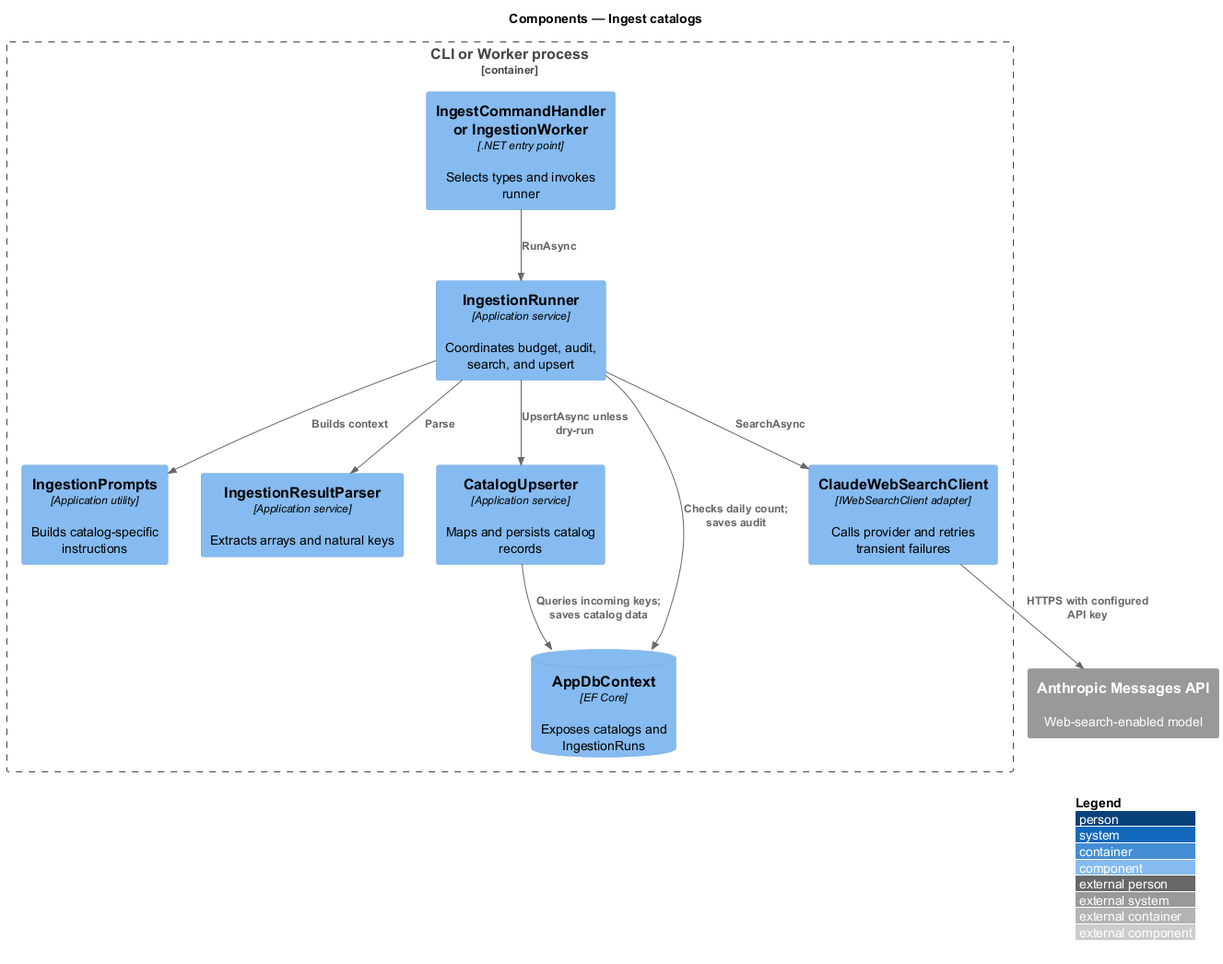
Before: docs/detailed-designs/discovery/ingest-catalogs/diagrams/c4-component.png, a diagram exported from PlantUML (QuinntyneBrown/saturdaze).
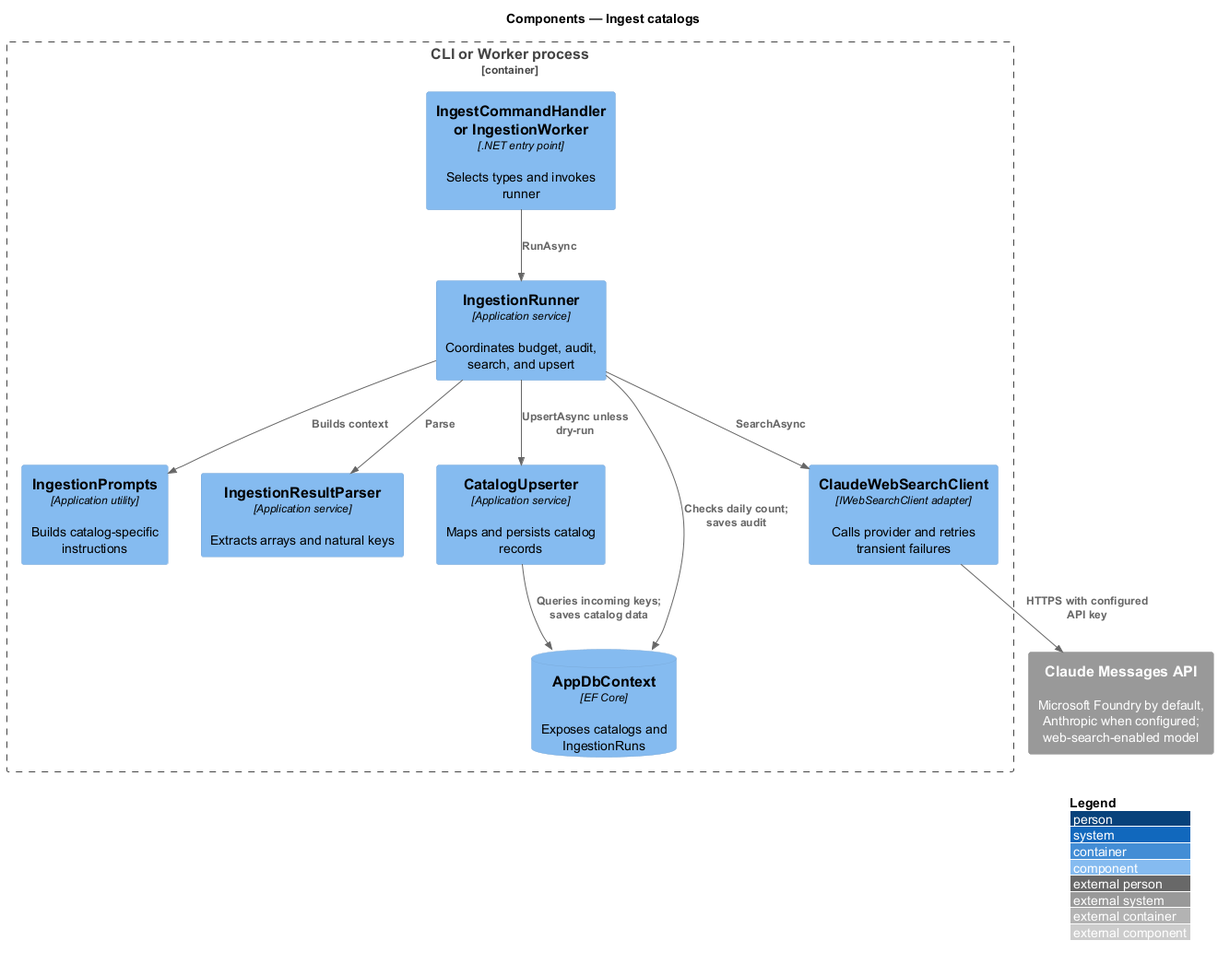
Later version of the same file.

The edit, as a diff of the source:
```diff
@@ -11,7 +11,7 @@
  Component(client, "ClaudeWebSearchClient", "IWebSearchClient adapter", "Calls provider and retries transient failures")
  ComponentDb(db, "AppDbContext", "EF Core", "Exposes catalogs and IngestionRuns")
 }
-System_Ext(provider, "Anthropic Messages API", "Web-search-enabled model")
+System_Ext(provider, "Claude Messages API", "Microsoft Foundry by default, Anthropic when configured; web-search-enabled model")
 Rel(entry, runner, "RunAsync")
 Rel(runner, prompts, "Builds context")
 Rel(runner, db, "Checks daily count; saves audit")
```
